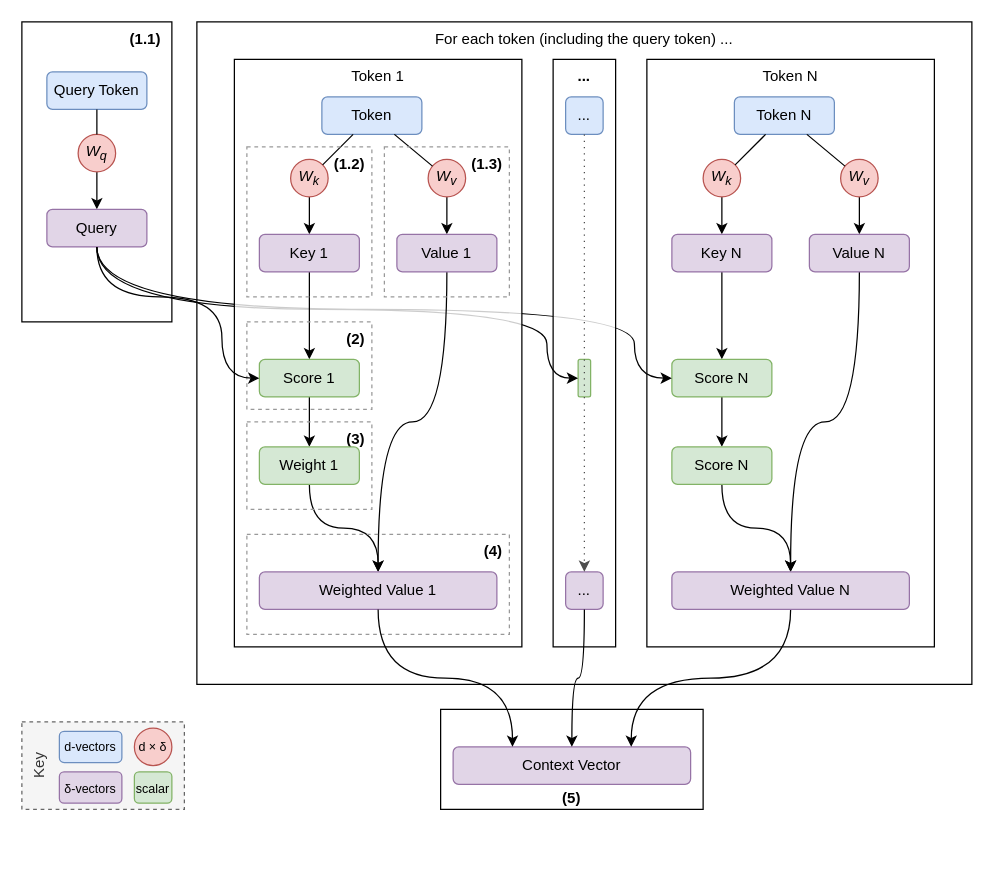
This is book/images/attention/overview.drawio from yshavit/llm-notes, a draw.io file, before an edit. Source tidied: cells renumbered, new cells numbered last; positions are measured from the earlier drawing's top-left corner, leaving out a move shared by most shapes. Both pictures are drawn from the tidied source at 125%, with x=0, y=0 at pixel (21, 21).
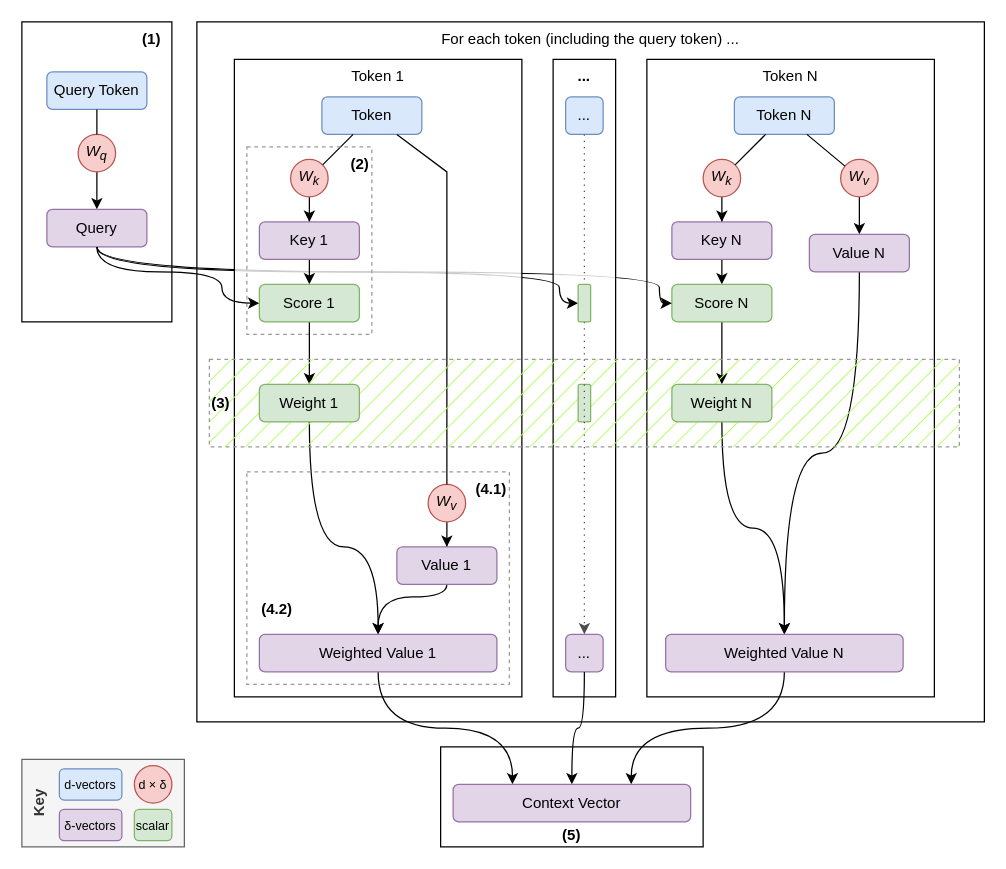
The same page after the edit.

Commit message (it also covers changes not shown here):
attention: revamp overview for computing

The change refers to these unchanged cells:
```xml
<mxCell id="5" value="Query" style="rounded=1;whiteSpace=wrap;html=1;fillColor=#e1d5e7;strokeColor=#9673a6;" parent="1" vertex="1">
  <mxGeometry x="20" y="150" width="80" height="30" as="geometry" />
</mxCell>
<mxCell id="31" value="..." style="rounded=1;whiteSpace=wrap;html=1;fillColor=#dae8fc;strokeColor=#6c8ebf;" parent="1" vertex="1">
  <mxGeometry x="435" y="60" width="30" height="30" as="geometry" />
</mxCell>
<mxCell id="37" value="Token" style="rounded=1;whiteSpace=wrap;html=1;fillColor=#dae8fc;strokeColor=#6c8ebf;" parent="1" vertex="1">
  <mxGeometry x="240" y="60" width="80" height="30" as="geometry" />
</mxCell>
```

Diff of the diagram source:
```diff
@@
-    <mxCell id="2" value="&lt;span style=&quot;&quot;&gt;(1.1)&amp;nbsp;&amp;nbsp;&lt;/span&gt;" style="rounded=0;whiteSpace=wrap;html=1;fontStyle=1;verticalAlign=top;align=right;" parent="1" vertex="1">
+    <mxCell id="2" value="&lt;span style=&quot;&quot;&gt;(1)&amp;nbsp;&amp;nbsp;&lt;/span&gt;" style="rounded=0;whiteSpace=wrap;html=1;fontStyle=1;verticalAlign=top;align=right;" parent="1" vertex="1">
       <mxGeometry width="120" height="240" as="geometry" />
     </mxCell>
@@
     <mxCell id="6" value="For each token (including the query token) ..." style="rounded=0;whiteSpace=wrap;html=1;verticalAlign=top;" parent="1" vertex="1">
-      <mxGeometry x="140" width="620" height="530" as="geometry" />
+      <mxGeometry x="140" width="630" height="560" as="geometry" />
     </mxCell>
@@
     <mxCell id="9" value="(5)" style="rounded=0;whiteSpace=wrap;html=1;fillColor=none;strokeColor=#000000;align=center;verticalAlign=bottom;fontStyle=1;" parent="1" vertex="1">
-      <mxGeometry x="335" y="550" width="210" height="80" as="geometry" />
+      <mxGeometry x="335" y="580" width="210" height="80" as="geometry" />
     </mxCell>
-    <mxCell id="10" value="Context Vector" style="rounded=1;whiteSpace=wrap;html=1;fillColor=#e1d5e7;strokeColor=#9673a6;" parent="1" vertex="1">
-      <mxGeometry x="345" y="580" width="190" height="30" as="geometry" />
-    </mxCell>
     <mxCell id="11" value="Token N" style="rounded=0;whiteSpace=wrap;html=1;verticalAlign=top;" parent="1" vertex="1">
-      <mxGeometry x="500" y="30" width="230" height="470" as="geometry" />
+      <mxGeometry x="500" y="30" width="230" height="510" as="geometry" />
     </mxCell>
@@
     <mxCell id="15" value="&lt;span&gt;Key N&lt;/span&gt;" style="rounded=1;whiteSpace=wrap;html=1;fillColor=#e1d5e7;strokeColor=#9673a6;fontStyle=0;" parent="1" vertex="1">
-      <mxGeometry x="520" y="170" width="80" height="30" as="geometry" />
+      <mxGeometry x="520" y="160" width="80" height="30" as="geometry" />
     </mxCell>
@@
     <mxCell id="25" value="Score N" style="rounded=1;whiteSpace=wrap;html=1;fillColor=#d5e8d4;strokeColor=#82b366;" parent="1" vertex="1">
-      <mxGeometry x="520" y="270" width="80" height="30" as="geometry" />
+      <mxGeometry x="520" y="210" width="80" height="30" as="geometry" />
     </mxCell>
@@
     <mxCell id="27" value="Weighted Value N" style="rounded=1;whiteSpace=wrap;html=1;fillColor=#e1d5e7;strokeColor=#9673a6;" parent="1" vertex="1">
-      <mxGeometry x="520" y="440" width="190" height="30" as="geometry" />
+      <mxGeometry x="515" y="490" width="190" height="30" as="geometry" />
     </mxCell>
     <mxCell id="28" style="rounded=0;jettySize=auto;html=1;exitX=0.5;exitY=1;exitDx=0;exitDy=0;entryX=0;entryY=0.5;entryDx=0;entryDy=0;edgeStyle=orthogonalEdgeStyle;curved=1;noJump=0;" parent="1" edge="1" source="5" target="25">
       <mxGeometry relative="1" as="geometry">
         <Array as="points">
-          <mxPoint x="60" y="230" />
-          <mxPoint x="490" y="230" />
-          <mxPoint x="490" y="285" />
+          <mxPoint x="60" y="200" />
+          <mxPoint x="510" y="200" />
+          <mxPoint x="510" y="225" />
         </Array>
       </mxGeometry>
     </mxCell>
     <mxCell id="29" value="..." style="rounded=0;whiteSpace=wrap;html=1;verticalAlign=top;fontStyle=1;fillColor=#FFFFFFCC;" parent="1" vertex="1">
-      <mxGeometry x="425" y="30" width="50" height="470" as="geometry" />
+      <mxGeometry x="425" y="30" width="50" height="510" as="geometry" />
     </mxCell>
     <mxCell id="30" value="..." style="rounded=1;whiteSpace=wrap;html=1;fillColor=#e1d5e7;strokeColor=#9673a6;" parent="1" vertex="1">
-      <mxGeometry x="435" y="440" width="30" height="30" as="geometry" />
+      <mxGeometry x="435" y="490" width="30" height="30" as="geometry" />
     </mxCell>
@@
-    <mxCell id="32" style="rounded=1;whiteSpace=wrap;html=1;fillColor=#d5e8d4;strokeColor=#82b366;" parent="1" vertex="1">
-      <mxGeometry x="445" y="270" width="10" height="30" as="geometry" />
-    </mxCell>
-    <mxCell id="33" style="edgeStyle=orthogonalEdgeStyle;rounded=0;jettySize=auto;html=1;exitX=0.5;exitY=1;exitDx=0;exitDy=0;entryX=0.5;entryY=0;entryDx=0;entryDy=0;strokeColor=#4D4D4D;dashed=1;dashPattern=1 4;" parent="1" edge="1" source="31" target="30">
-      <mxGeometry relative="1" as="geometry" />
-    </mxCell>
     <mxCell id="34" style="edgeStyle=orthogonalEdgeStyle;rounded=0;jettySize=auto;html=1;exitX=0.5;exitY=1;exitDx=0;exitDy=0;entryX=0;entryY=0.5;entryDx=0;entryDy=0;curved=1;" parent="1" edge="1" source="5" target="32">
       <mxGeometry relative="1" as="geometry">
         <Array as="points">
-          <mxPoint x="60" y="230" />
-          <mxPoint x="420" y="230" />
-          <mxPoint x="420" y="285" />
+          <mxPoint x="60" y="200" />
+          <mxPoint x="430" y="200" />
+          <mxPoint x="430" y="225" />
         </Array>
       </mxGeometry>
     </mxCell>
     <mxCell id="35" value="Token 1" style="rounded=0;whiteSpace=wrap;html=1;verticalAlign=top;fillColor=#FFFFFFCC;" parent="1" vertex="1">
-      <mxGeometry x="170" y="30" width="230" height="470" as="geometry" />
+      <mxGeometry x="170" y="30" width="230" height="510" as="geometry" />
     </mxCell>
@@
     <mxCell id="41" style="rounded=0;jettySize=auto;html=1;exitX=0.5;exitY=1;exitDx=0;exitDy=0;entryX=0.5;entryY=0;entryDx=0;entryDy=0;edgeStyle=orthogonalEdgeStyle;curved=1;" parent="1" edge="1" source="62" target="52">
-      <mxGeometry relative="1" as="geometry" />
+      <mxGeometry relative="1" as="geometry">
+        <Array as="points">
+          <mxPoint x="230" y="420" />
+          <mxPoint x="285" y="420" />
+        </Array>
+      </mxGeometry>
     </mxCell>
@@
     <mxCell id="43" style="rounded=0;jettySize=auto;html=1;exitX=0.5;exitY=1;exitDx=0;exitDy=0;edgeStyle=orthogonalEdgeStyle;curved=1;" parent="1" edge="1" source="54" target="52">
-      <mxGeometry relative="1" as="geometry" />
+      <mxGeometry relative="1" as="geometry">
+        <Array as="points">
+          <mxPoint x="340" y="460" />
+          <mxPoint x="285" y="460" />
+        </Array>
+      </mxGeometry>
     </mxCell>
     <mxCell id="44" value="W&lt;sub&gt;v&lt;/sub&gt;" style="ellipse;whiteSpace=wrap;html=1;fontStyle=2;fillColor=#f8cecc;strokeColor=#b85450;" parent="1" vertex="1">
-      <mxGeometry x="325" y="110" width="30" height="30" as="geometry" />
+      <mxGeometry x="325" y="370" width="30" height="30" as="geometry" />
     </mxCell>
     <mxCell id="45" style="endArrow=none;html=1;rounded=0;" parent="1" edge="1" source="44" target="37">
-      <mxGeometry relative="1" as="geometry" />
+      <mxGeometry relative="1" as="geometry">
+        <Array as="points">
+          <mxPoint x="340" y="120" />
+        </Array>
+      </mxGeometry>
     </mxCell>
-    <mxCell id="46" value="(1.2)&amp;nbsp;" style="rounded=0;whiteSpace=wrap;html=1;fillColor=none;strokeColor=#999999;dashed=1;align=right;verticalAlign=top;fontStyle=1;" parent="1" vertex="1">
-      <mxGeometry x="180" y="100" width="100" height="120" as="geometry" />
+    <mxCell id="46" value="(2)" style="rounded=0;whiteSpace=wrap;html=1;fillColor=none;strokeColor=#999999;dashed=1;align=right;verticalAlign=top;fontStyle=1;" parent="1" vertex="1">
+      <mxGeometry x="180" y="100" width="100" height="150" as="geometry" />
     </mxCell>
-    <mxCell id="47" value="(1.3)&amp;nbsp;" style="rounded=0;whiteSpace=wrap;html=1;fillColor=none;strokeColor=#999999;dashed=1;align=right;verticalAlign=top;fontStyle=1;" parent="1" vertex="1">
-      <mxGeometry x="290" y="100" width="100" height="120" as="geometry" />
+    <mxCell id="47" value="(4.1)" style="rounded=0;whiteSpace=wrap;html=1;fillColor=none;strokeColor=#999999;dashed=1;align=right;verticalAlign=top;fontStyle=1;" parent="1" vertex="1">
+      <mxGeometry x="180" y="360" width="210" height="170" as="geometry" />
     </mxCell>
-    <mxCell id="48" value="(2)&amp;nbsp;" style="rounded=0;whiteSpace=wrap;html=1;fillColor=none;strokeColor=#999999;dashed=1;align=right;verticalAlign=top;fontStyle=1;" parent="1" vertex="1">
-      <mxGeometry x="180" y="240" width="100" height="70" as="geometry" />
-    </mxCell>
@@
-    <mxCell id="50" value="Score 1" style="rounded=1;whiteSpace=wrap;html=1;fillColor=#d5e8d4;strokeColor=#82b366;" parent="1" vertex="1">
-      <mxGeometry x="190" y="270" width="80" height="30" as="geometry" />
-    </mxCell>
-    <mxCell id="51" value="(4)&amp;nbsp;" style="rounded=0;whiteSpace=wrap;html=1;fillColor=none;strokeColor=#999999;dashed=1;align=right;verticalAlign=top;fontStyle=1;" parent="1" vertex="1">
-      <mxGeometry x="180" y="410" width="210" height="80" as="geometry" />
-    </mxCell>
-    <mxCell id="52" value="Weighted Value 1" style="rounded=1;whiteSpace=wrap;html=1;fillColor=#e1d5e7;strokeColor=#9673a6;" parent="1" vertex="1">
-      <mxGeometry x="190" y="440" width="190" height="30" as="geometry" />
-    </mxCell>
     <mxCell id="53" value="&lt;span&gt;Key 1&lt;/span&gt;" style="rounded=1;whiteSpace=wrap;html=1;fillColor=#e1d5e7;strokeColor=#9673a6;fontStyle=0;" parent="1" vertex="1">
-      <mxGeometry x="190" y="170" width="80" height="30" as="geometry" />
+      <mxGeometry x="190" y="160" width="80" height="30" as="geometry" />
     </mxCell>
-    <mxCell id="54" value="&lt;span&gt;Value 1&lt;/span&gt;" style="rounded=1;whiteSpace=wrap;html=1;fillColor=#e1d5e7;strokeColor=#9673a6;fontStyle=0;" parent="1" vertex="1">
-      <mxGeometry x="300" y="170" width="80" height="30" as="geometry" />
-    </mxCell>
     <mxCell id="55" style="rounded=0;jettySize=auto;html=1;entryX=0;entryY=0.5;entryDx=0;entryDy=0;edgeStyle=orthogonalEdgeStyle;exitX=0.5;exitY=1;exitDx=0;exitDy=0;flowAnimation=0;curved=1;" parent="1" edge="1" source="5" target="50">
       <mxGeometry relative="1" as="geometry">
         <Array as="points">
-          <mxPoint x="60" y="220" />
-          <mxPoint x="160" y="220" />
-          <mxPoint x="160" y="285" />
+          <mxPoint x="60" y="200" />
+          <mxPoint x="160" y="200" />
+          <mxPoint x="160" y="225" />
         </Array>
       </mxGeometry>
     </mxCell>
-    <mxCell id="56" value="Key" style="rounded=0;whiteSpace=wrap;html=1;fillColor=#f5f5f5;fontColor=#333333;strokeColor=#666666;dashed=1;horizontal=0;align=center;verticalAlign=top;" parent="1" vertex="1">
-      <mxGeometry y="560" width="130" height="70" as="geometry" />
+    <mxCell id="56" value="Key" style="rounded=0;whiteSpace=wrap;html=1;fillColor=#f5f5f5;fontColor=#333333;strokeColor=#666666;horizontal=0;align=center;verticalAlign=top;fontStyle=1;" parent="1" vertex="1">
+      <mxGeometry y="590" width="130" height="70" as="geometry" />
     </mxCell>
     <mxCell id="57" value="d-vectors" style="rounded=1;whiteSpace=wrap;html=1;fillColor=#dae8fc;strokeColor=#6c8ebf;fontSize=10;" parent="1" vertex="1">
-      <mxGeometry x="30" y="567.5" width="50" height="25" as="geometry" />
+      <mxGeometry x="30" y="597.5" width="50" height="25" as="geometry" />
     </mxCell>
     <mxCell id="58" value="&lt;span&gt;δ&lt;/span&gt;-vectors" style="rounded=1;whiteSpace=wrap;html=1;fillColor=#e1d5e7;strokeColor=#9673a6;fontSize=10;" parent="1" vertex="1">
-      <mxGeometry x="30" y="600" width="50" height="25" as="geometry" />
+      <mxGeometry x="30" y="630" width="50" height="25" as="geometry" />
     </mxCell>
     <mxCell id="59" value="&lt;span style=&quot;font-style: normal;&quot;&gt;d ×&amp;nbsp;δ&lt;/span&gt;" style="ellipse;whiteSpace=wrap;html=1;fontStyle=2;fillColor=#f8cecc;strokeColor=#b85450;fontSize=10;" parent="1" vertex="1">
-      <mxGeometry x="90" y="565" width="30" height="30" as="geometry" />
+      <mxGeometry x="90" y="595" width="30" height="30" as="geometry" />
     </mxCell>
     <mxCell id="60" value="scalar" style="rounded=1;whiteSpace=wrap;html=1;fillColor=#d5e8d4;strokeColor=#82b366;fontSize=10;" parent="1" vertex="1">
-      <mxGeometry x="90" y="600" width="30" height="25" as="geometry" />
+      <mxGeometry x="90" y="630" width="30" height="25" as="geometry" />
     </mxCell>
-    <mxCell id="61" value="(3)&amp;nbsp;" style="rounded=0;whiteSpace=wrap;html=1;fillColor=none;strokeColor=#999999;dashed=1;align=right;verticalAlign=top;fontStyle=1;" parent="1" vertex="1">
-      <mxGeometry x="180" y="320" width="100" height="70" as="geometry" />
+    <mxCell id="61" value="(3)&amp;nbsp;" style="rounded=0;whiteSpace=wrap;html=1;fillColor=#B3FF66;strokeColor=#999999;dashed=1;align=left;verticalAlign=middle;fontStyle=1;fillStyle=hatch;strokeWidth=1;" parent="1" vertex="1">
+      <mxGeometry x="150" y="270" width="600" height="70" as="geometry" />
     </mxCell>
-    <mxCell id="62" value="Weight 1" style="rounded=1;whiteSpace=wrap;html=1;fillColor=#d5e8d4;strokeColor=#82b366;" parent="1" vertex="1">
-      <mxGeometry x="190" y="340" width="80" height="30" as="geometry" />
-    </mxCell>
-    <mxCell id="63" value="Score N" style="rounded=1;whiteSpace=wrap;html=1;fillColor=#d5e8d4;strokeColor=#82b366;" parent="1" vertex="1">
-      <mxGeometry x="520" y="340" width="80" height="30" as="geometry" />
+    <mxCell id="63" value="Weight N" style="rounded=1;whiteSpace=wrap;html=1;fillColor=#d5e8d4;strokeColor=#82b366;" parent="1" vertex="1">
+      <mxGeometry x="520" y="290" width="80" height="30" as="geometry" />
     </mxCell>
@@
+    <mxCell id="66" style="rounded=1;whiteSpace=wrap;html=1;fillColor=#d5e8d4;strokeColor=#82b366;" parent="1" vertex="1">
+      <mxGeometry x="445" y="290" width="10" height="30" as="geometry" />
+    </mxCell>
+    <mxCell id="33" style="edgeStyle=orthogonalEdgeStyle;rounded=0;jettySize=auto;html=1;exitX=0.5;exitY=1;exitDx=0;exitDy=0;entryX=0.5;entryY=0;entryDx=0;entryDy=0;strokeColor=#4D4D4D;dashed=1;dashPattern=1 4;" parent="1" edge="1" source="32" target="30">
+      <mxGeometry relative="1" as="geometry" />
+    </mxCell>
+    <mxCell id="67" style="edgeStyle=orthogonalEdgeStyle;rounded=0;jettySize=auto;html=1;exitX=0.5;exitY=1;exitDx=0;exitDy=0;entryX=0.5;entryY=0;entryDx=0;entryDy=0;strokeColor=#4D4D4D;dashed=1;dashPattern=1 4;endArrow=none;endFill=0;" parent="1" edge="1" source="31" target="32">
+      <mxGeometry relative="1" as="geometry" />
+    </mxCell>
+    <mxCell id="32" style="rounded=1;whiteSpace=wrap;html=1;fillColor=#d5e8d4;strokeColor=#82b366;" parent="1" vertex="1">
+      <mxGeometry x="445" y="210" width="10" height="30" as="geometry" />
+    </mxCell>
+    <mxCell id="68" value="(4.2)" style="text;html=1;whiteSpace=wrap;strokeColor=none;fillColor=none;align=left;verticalAlign=middle;rounded=0;fontStyle=1;" parent="1" vertex="1">
+      <mxGeometry x="190" y="460" width="60" height="20" as="geometry" />
+    </mxCell>
+    <mxCell id="50" value="Score 1" style="rounded=1;whiteSpace=wrap;html=1;fillColor=#d5e8d4;strokeColor=#82b366;" parent="1" vertex="1">
+      <mxGeometry x="190" y="210" width="80" height="30" as="geometry" />
+    </mxCell>
+    <mxCell id="62" value="Weight 1" style="rounded=1;whiteSpace=wrap;html=1;fillColor=#d5e8d4;strokeColor=#82b366;" parent="1" vertex="1">
+      <mxGeometry x="190" y="290" width="80" height="30" as="geometry" />
+    </mxCell>
+    <mxCell id="54" value="&lt;span&gt;Value 1&lt;/span&gt;" style="rounded=1;whiteSpace=wrap;html=1;fillColor=#e1d5e7;strokeColor=#9673a6;fontStyle=0;" parent="1" vertex="1">
+      <mxGeometry x="300" y="420" width="80" height="30" as="geometry" />
+    </mxCell>
+    <mxCell id="52" value="Weighted Value 1" style="rounded=1;whiteSpace=wrap;html=1;fillColor=#e1d5e7;strokeColor=#9673a6;" parent="1" vertex="1">
+      <mxGeometry x="190" y="490" width="190" height="30" as="geometry" />
+    </mxCell>
+    <mxCell id="10" value="Context Vector" style="rounded=1;whiteSpace=wrap;html=1;fillColor=#e1d5e7;strokeColor=#9673a6;" parent="1" vertex="1">
+      <mxGeometry x="345" y="610" width="190" height="30" as="geometry" />
+    </mxCell>
```
